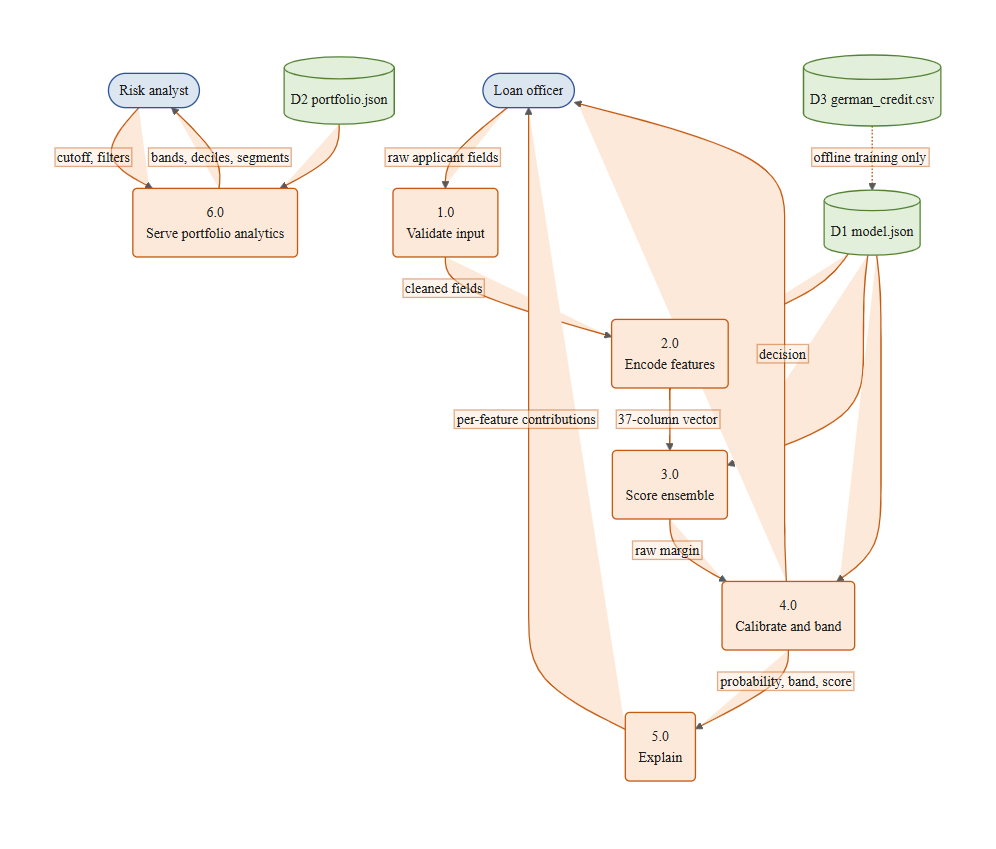
Before: report/assets/figures/fig-3-5-dfd1.png, a diagram exported from Mermaid (gursimrannkaurr/credoscore). Its source is kept beside it as report/diagrams/fig-3-5-dfd1.mmd.
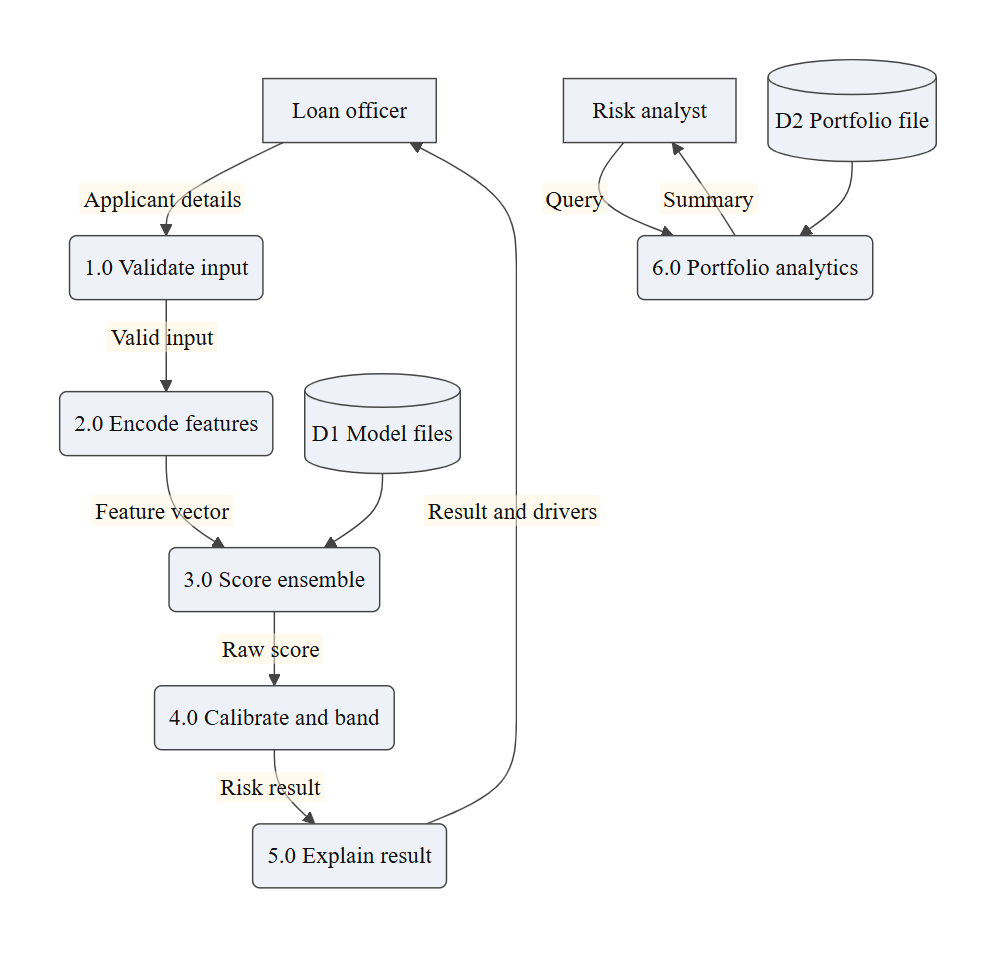
The same diagram one commit later.

Diff of the diagram source:
```diff
@@ -1,38 +1,11 @@
 flowchart TB
-    LO(["Loan officer"])
-    RA(["Risk analyst"])
-
-    P1("1.0<br/>Validate input")
-    P2("2.0<br/>Encode features")
-    P3("3.0<br/>Score ensemble")
-    P4("4.0<br/>Calibrate and band")
-    P5("5.0<br/>Explain")
-    P6("6.0<br/>Serve portfolio analytics")
-
-    D1[("D1 model.json")]
-    D2[("D2 portfolio.json")]
-    D3[("D3 german_credit.csv")]
-
-    LO -- "raw applicant fields" --> P1
-    P1 -- "cleaned fields" --> P2
-    P2 -- "37-column vector" --> P3
-    D1 --- P2
-    D1 --- P3
-    P3 -- "raw margin" --> P4
-    D1 --- P4
-    P4 -- "probability, band, score" --> P5
-    P5 -- "per-feature contributions" --> LO
-    P4 -- "decision" --> LO
-
-    RA -- "cutoff, filters" --> P6
-    D2 --- P6
-    D3 -. "offline training only" .-> D1
-    P6 -- "bands, deciles, segments" --> RA
-
-    classDef root fill:#FDE9D9,stroke:#C55A11,stroke-width:1.5px;
-    classDef mid fill:#DCE6F1,stroke:#2F5597,stroke-width:1.5px;
-    classDef leaf fill:#E2EFDA,stroke:#548235,stroke-width:1.5px;
-
-    class LO,RA mid
-    class P1,P2,P3,P4,P5,P6 root
-    class D1,D2,D3 leaf
+ L[Loan officer] -->|Applicant details| P1(1.0 Validate input)
+ P1 -->|Valid input| P2(2.0 Encode features)
+ P2 -->|Feature vector| P3(3.0 Score ensemble)
+ D1[(D1 Model files)] --> P3
+ P3 -->|Raw score| P4(4.0 Calibrate and band)
+ P4 -->|Risk result| P5(5.0 Explain result)
+ P5 -->|Result and drivers| L
+ R[Risk analyst] -->|Query| P6(6.0 Portfolio analytics)
+ D2[(D2 Portfolio file)] --> P6
+ P6 -->|Summary| R
```
